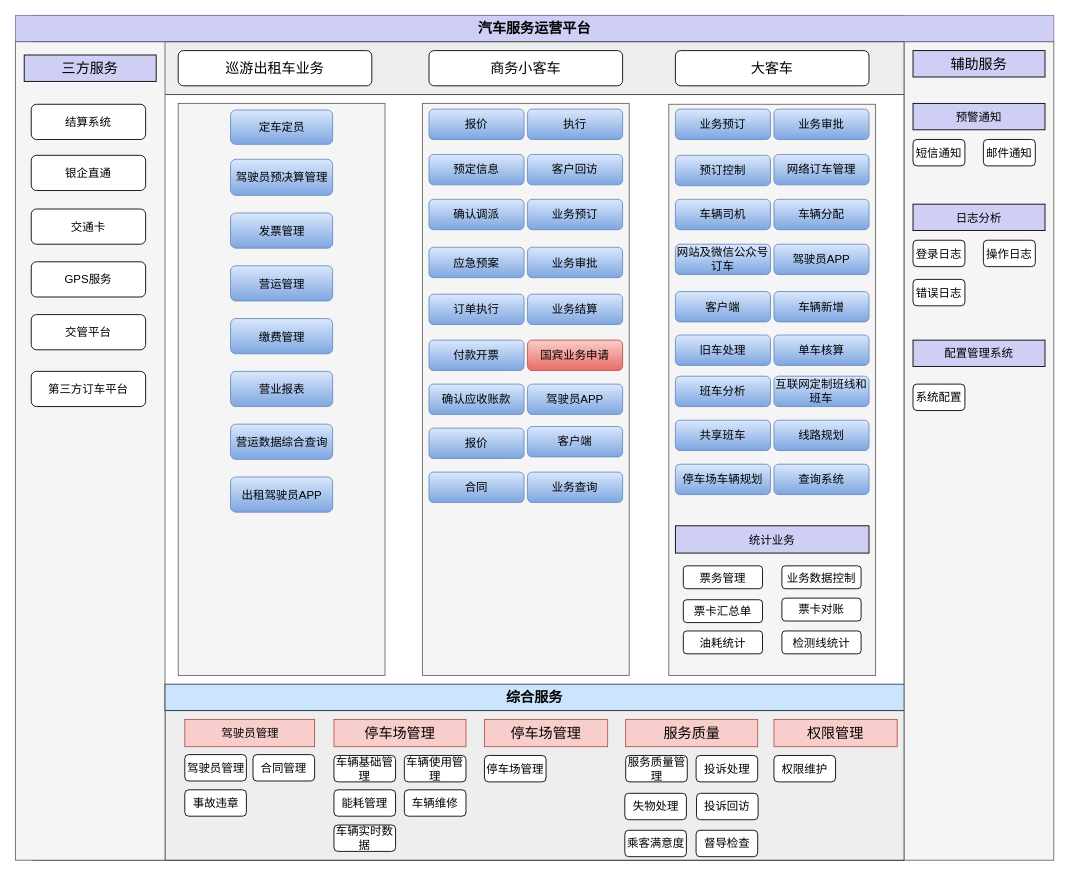
Before: 汽车公司业务流程图.drawio in ammengke/my-drawio, a draw.io diagram. Source tidied: cells renumbered, new cells numbered last; positions are measured from the earlier drawing's top-left corner, leaving out a move shared by most shapes. Both pictures are drawn from the tidied source at 88%, with x=0, y=0 at pixel (15, 15).
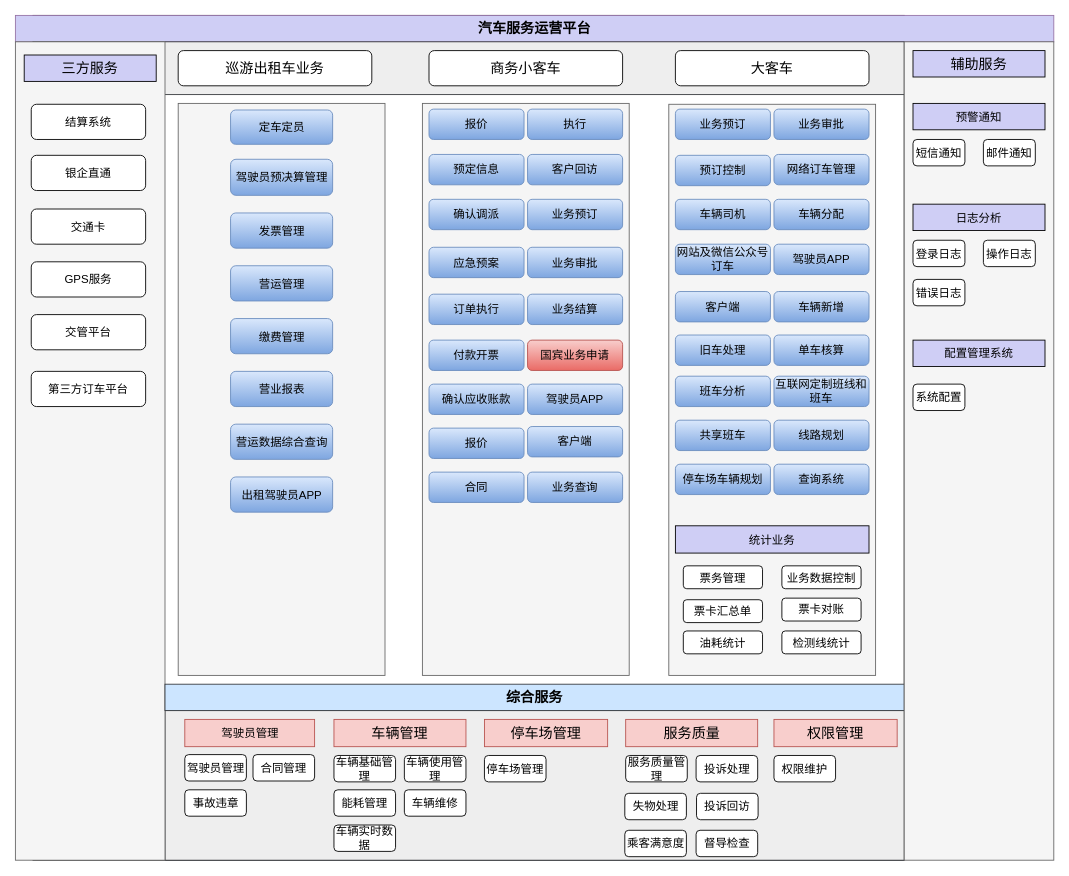
The same diagram, later.

Commit message:
更新汽车公司业务流程图.drawio

What changed in the source:
```diff
@@
-    <mxCell id="82" value="&lt;span style=&quot;font-size: 16px&quot;&gt;停车场管理&lt;/span&gt;" style="rounded=0;whiteSpace=wrap;html=1;fontSize=13;fillColor=#f8cecc;strokeColor=#b85450;" parent="1" vertex="1">
+    <mxCell id="82" value="&lt;span style=&quot;font-size: 16px&quot;&gt;车辆管理&lt;/span&gt;" style="rounded=0;whiteSpace=wrap;html=1;fontSize=13;fillColor=#f8cecc;strokeColor=#b85450;" parent="1" vertex="1">
       <mxGeometry x="362" y="800" width="150" height="31" as="geometry" />
     </mxCell>
```
